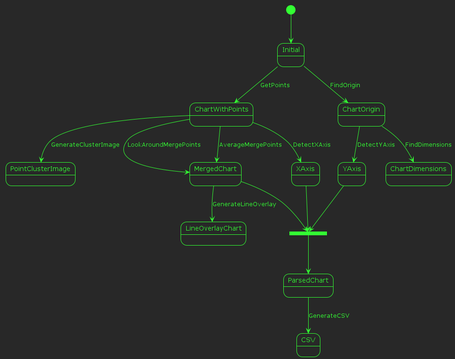
The PlantUML diagram diagrams/ParserStates.png in profiluefter/chart2csv, before a commit.
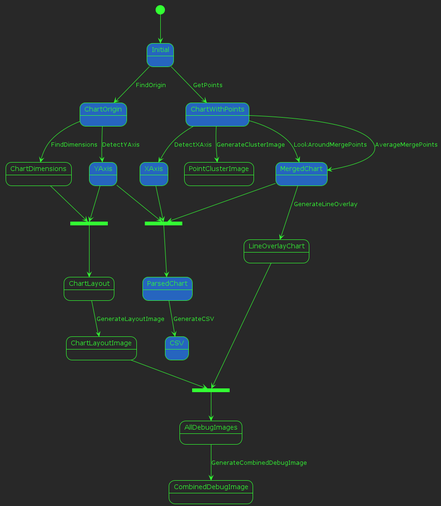
After the change.

Change to the diagram source:
```diff
@@ -2,24 +2,23 @@
 
 !theme crt-green
 
-[*] --> Initial
-Initial --> ChartWithPoints : GetPoints
+!include ParserStates-simple.puml
+
 ChartWithPoints --> PointClusterImage : GenerateClusterImage
-ChartWithPoints --> MergedChart : LookAroundMergePoints
-ChartWithPoints --> MergedChart : AverageMergePoints
-Initial --> ChartOrigin : FindOrigin
-ChartWithPoints --> XAxis : DetectXAxis
-ChartOrigin --> YAxis : DetectYAxis
 
 ChartOrigin --> ChartDimensions : FindDimensions
 
-state csvJoin <<join>>
-MergedChart --> csvJoin
-XAxis --> csvJoin
-YAxis --> csvJoin
-csvJoin --> ParsedChart
+state chartLayout <<join>>
+ChartDimensions --> chartLayout
+YAxis --> chartLayout
+chartLayout --> ChartLayout
+ChartLayout --> ChartLayoutImage : GenerateLayoutImage
 
-ParsedChart --> CSV : GenerateCSV
+state chartImage <<join>>
+ChartLayoutImage --> chartImage
+LineOverlayChart --> chartImage
+chartImage --> AllDebugImages
+AllDebugImages --> CombinedDebugImage : GenerateCombinedDebugImage
 
 MergedChart --> LineOverlayChart : GenerateLineOverlay
 
```
